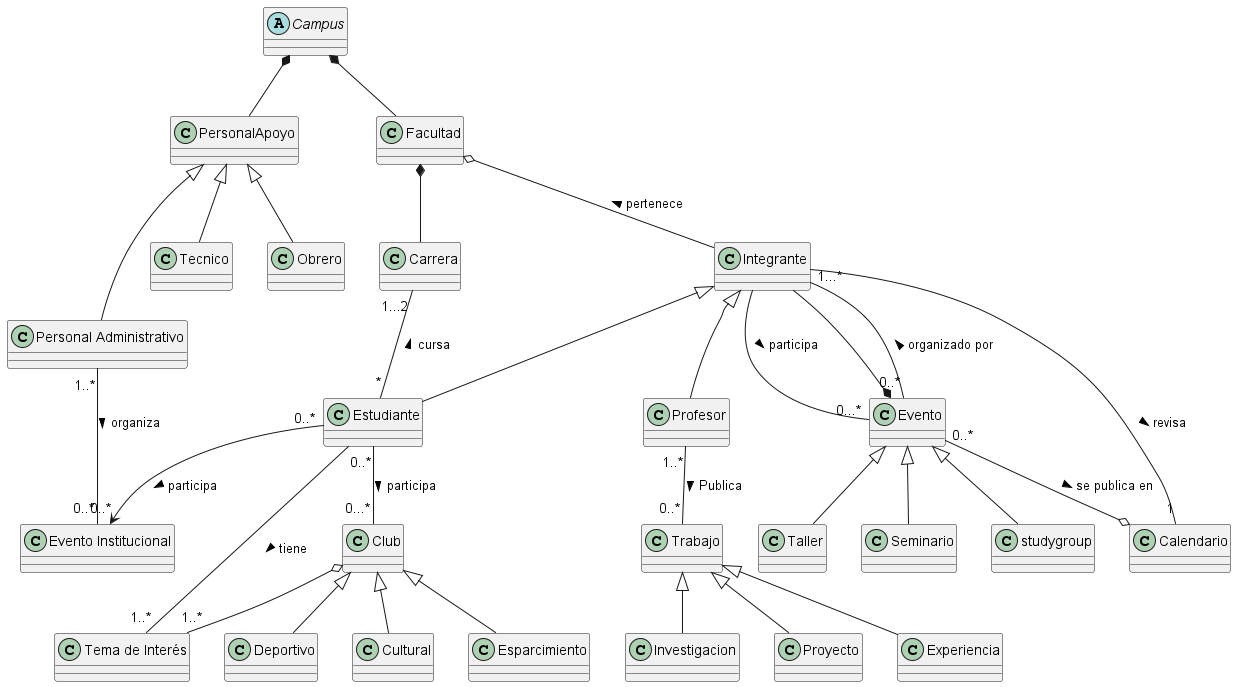
Before: docs/scenariosView/domainModel/classDiagram/DomainModel_ClassDiagram.png, a diagram exported from PlantUML (Danfloca02/ProyectoFacUpdate). Source of this version:
```plantuml
@startuml DomainModel_ClassDiagram

abstract class Campus

Campus *-down- PersonalApoyo
Campus *-down- Facultad

Facultad o-- Integrante : < pertenece
Facultad *-- Carrera

class "Personal Administrativo" as Personal_Administrativo

PersonalApoyo <|-- Tecnico
PersonalApoyo <|-- Personal_Administrativo
PersonalApoyo <|-- Obrero

Integrante <|-- Estudiante
Integrante <|-- Profesor


Evento <|-- Taller
Evento <|-- Seminario
Evento <|-- studygroup
Evento *-- Integrante

Club <|-- Deportivo
Club <|-- Cultural
Club <|-- Esparcimiento

Trabajo <|-- Investigacion
Trabajo <|-- Proyecto
Trabajo <|-- Experiencia

class "Tema de Interés" as Interes
class "Evento Institucional" as Institucional

Estudiante -right- "1..*" Interes : tiene >
Estudiante "0..*" --> "0..*" Institucional : participa >
Club o-- "1..*" Interes

Integrante -- "0...*" Evento: participa >
Estudiante "0..*" -- "0...*" Club: participa >
Integrante -- "1" Calendario: revisa >

Personal_Administrativo "1..*" -- "0..*" Institucional : organiza >

Profesor "1..*" -- "0..*" Trabajo : Publica >

Estudiante "*" -up- "1...2" Carrera : cursa >

Evento "0..*" -- "1...*" Integrante : organizado por >
Evento "0..*"--o Calendario : se publica en >

@enduml
```
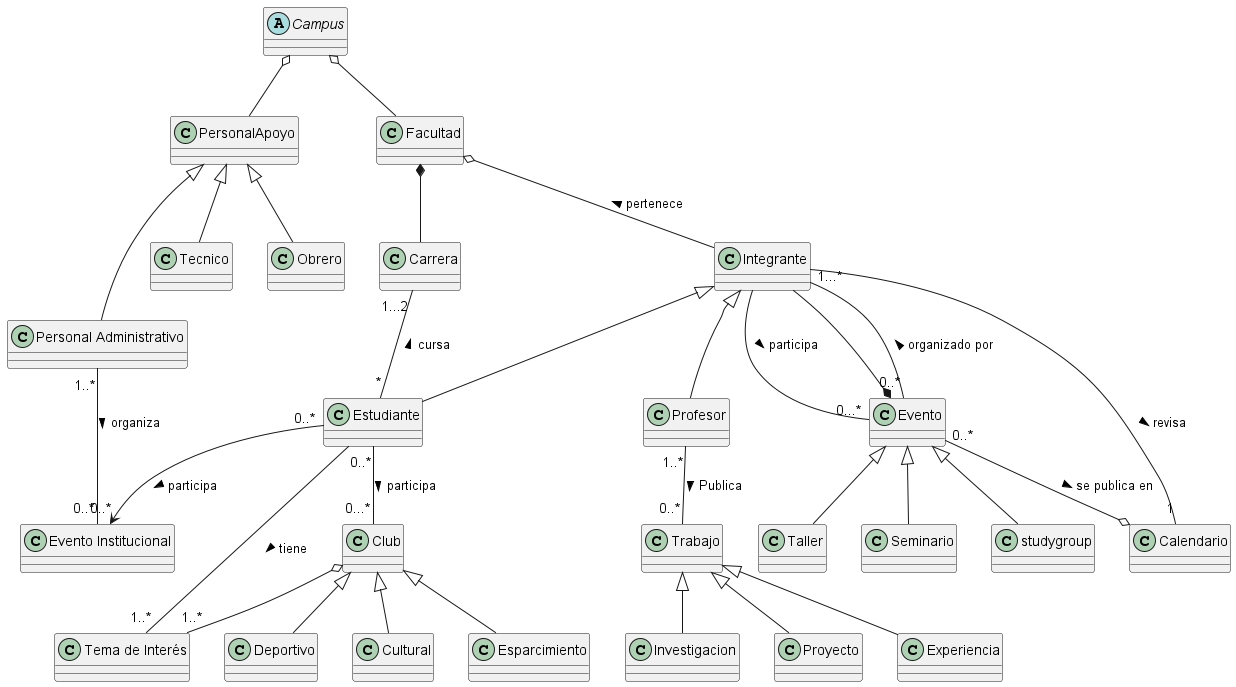
The same file after the commit.

Commit message:
Diagrama Clases de Uso, Modelo de Dominio modificado (Composicion -> Agregacion)

Change to the diagram source:
```diff
@@ -2,8 +2,8 @@
 
 abstract class Campus
 
-Campus *-down- PersonalApoyo
-Campus *-down- Facultad
+Campus o-down- PersonalApoyo
+Campus o-down- Facultad
 
 Facultad o-- Integrante : < pertenece
 Facultad *-- Carrera
```
